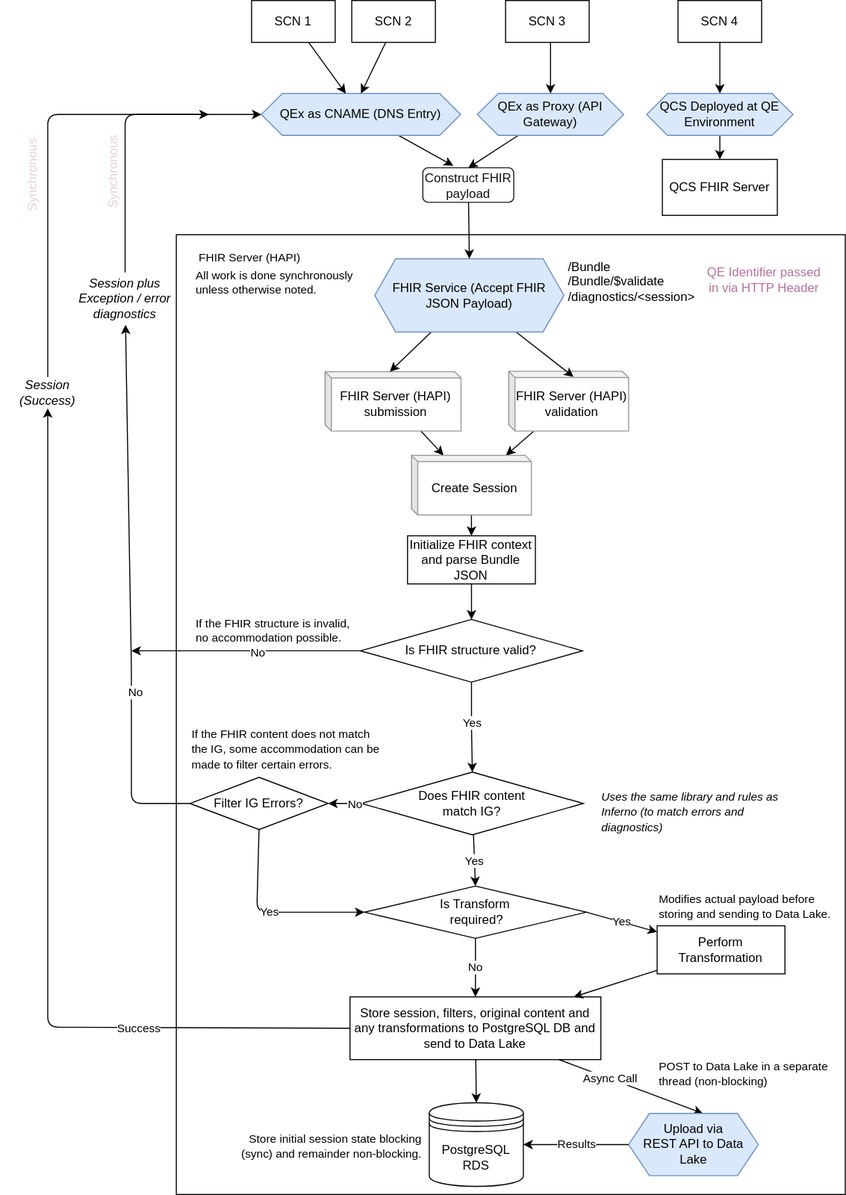
Above: support/docs/qcs-fhir-service.drawio.svg in qe-collaborative-services/1115-hub (draw.io), before the change. Source tidied: cells renumbered, new cells last; positions are measured from the earlier drawing's top-left corner, leaving out a move shared by most shapes.
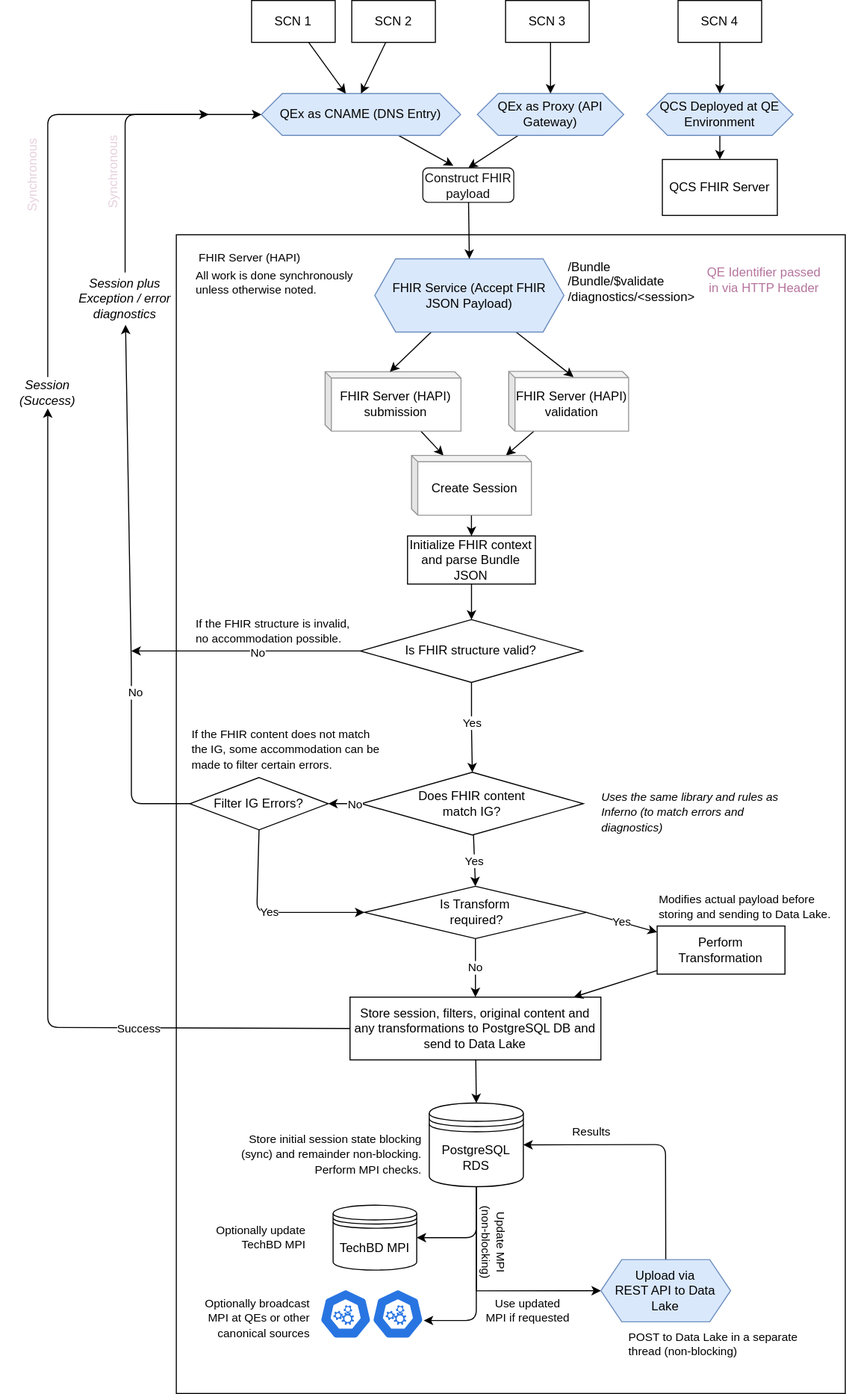
The same diagram one commit later.

Commit message:
add MPI strategy

What changed in the source:
```diff
@@ -22,7 +22,7 @@
       <mxGeometry x="420.9" y="160" width="87" height="33" as="geometry" />
     </mxCell>
     <mxCell id="7" style="html=1;whiteSpace=wrap;" parent="1" vertex="1">
-      <mxGeometry x="185" y="224" width="640" height="918" as="geometry" />
+      <mxGeometry x="185" y="224" width="640" height="1108" as="geometry" />
     </mxCell>
     <mxCell id="8" style="edgeStyle=none;html=1;fontColor=#000000;" parent="7" edge="1" source="9" target="20">
       <mxGeometry relative="1" as="geometry" />
@@ -50,12 +50,6 @@
     <mxCell id="15" style="edgeStyle=none;html=1;entryX=0.5;entryY=0;entryDx=0;entryDy=0;" parent="7" edge="1" source="18" target="21">
       <mxGeometry relative="1" as="geometry" />
     </mxCell>
-    <mxCell id="16" style="edgeStyle=none;html=1;entryX=0.572;entryY=0;entryDx=0;entryDy=0;entryPerimeter=0;" parent="7" edge="1" source="18" target="22">
-      <mxGeometry relative="1" as="geometry" />
-    </mxCell>
-    <mxCell id="17" value="Async Call" style="edgeLabel;html=1;align=center;verticalAlign=middle;" parent="16" vertex="1">
-      <mxGeometry x="-0.3" relative="1" as="geometry" />
-    </mxCell>
     <mxCell id="18" value="Store session, filters, original content and any transformations to PostgreSQL DB and send to Data Lake" style="rounded=0;whiteSpace=wrap;html=1;" parent="7" vertex="1">
       <mxGeometry x="166.2" y="729" width="240" height="60" as="geometry" />
     </mxCell>
@@ -65,12 +59,23 @@
     <mxCell id="20" value="&lt;span style=&quot;color: rgb(0, 0, 0);&quot;&gt;Create Session&lt;/span&gt;" style="shape=cube;whiteSpace=wrap;html=1;boundedLbl=1;backgroundOutline=1;darkOpacity=0.05;darkOpacity2=0.1;strokeColor=#999999;fontColor=#999999;size=6;" parent="7" vertex="1">
       <mxGeometry x="225" y="211" width="114.7" height="57.1" as="geometry" />
     </mxCell>
+    <mxCell id="74" style="edgeStyle=orthogonalEdgeStyle;rounded=1;jettySize=auto;html=1;entryX=1;entryY=0.5;entryDx=0;entryDy=0;curved=0;" parent="7" edge="1" source="21" target="76">
+      <mxGeometry relative="1" as="geometry">
+        <Array as="points">
+          <mxPoint x="287" y="959" />
+        </Array>
+      </mxGeometry>
+    </mxCell>
+    <mxCell id="75" style="edgeStyle=orthogonalEdgeStyle;rounded=0;jettySize=auto;html=1;entryX=0;entryY=0.5;entryDx=0;entryDy=0;" parent="7" edge="1" source="21" target="22">
+      <mxGeometry relative="1" as="geometry">
+        <Array as="points">
+          <mxPoint x="287" y="1010" />
+        </Array>
+      </mxGeometry>
+    </mxCell>
     <mxCell id="21" value="PostgreSQL RDS" style="shape=datastore;whiteSpace=wrap;html=1;" parent="7" vertex="1">
       <mxGeometry x="242" y="830.2" width="90" height="80" as="geometry" />
     </mxCell>
-    <mxCell id="22" value="Upload via&lt;br&gt;REST API to Data Lake" style="shape=hexagon;perimeter=hexagonPerimeter2;whiteSpace=wrap;html=1;fixedSize=1;fillColor=#dae8fc;strokeColor=#6c8ebf;" parent="7" vertex="1">
-      <mxGeometry x="432.7" y="840.5" width="124.2" height="59.5" as="geometry" />
-    </mxCell>
     <mxCell id="23" style="edgeStyle=none;html=1;entryX=0.541;entryY=0.094;entryDx=0;entryDy=0;entryPerimeter=0;" parent="7" edge="1" source="25" target="11">
       <mxGeometry relative="1" as="geometry" />
     </mxCell>
@@ -99,8 +104,12 @@
     <mxCell id="30" value="No" style="edgeLabel;html=1;align=center;verticalAlign=middle;fontColor=#000000;" parent="29" vertex="1">
       <mxGeometry x="-0.54" relative="1" as="geometry" />
     </mxCell>
-    <mxCell id="31" value="Results" style="edgeStyle=none;html=1;entryX=1;entryY=0.5;entryDx=0;entryDy=0;exitX=0;exitY=0.5;exitDx=0;exitDy=0;" parent="7" edge="1" source="22" target="21">
-      <mxGeometry relative="1" as="geometry" />
+    <mxCell id="31" value="Results" style="edgeStyle=none;html=1;entryX=1;entryY=0.5;entryDx=0;entryDy=0;exitX=0.5;exitY=0;exitDx=0;exitDy=0;" parent="7" edge="1" source="22" target="21">
+      <mxGeometry x="0.47" y="-12" relative="1" as="geometry">
+        <Array as="points">
+          <mxPoint x="468" y="870" />
+        </Array>
+      </mxGeometry>
     </mxCell>
     <mxCell id="32" value="&lt;span style=&quot;color: rgb(0, 0, 0); font-family: Helvetica; font-size: 11px; font-style: normal; font-variant-ligatures: normal; font-variant-caps: normal; font-weight: 400; letter-spacing: normal; orphans: 2; text-align: center; text-indent: 0px; text-transform: none; widows: 2; word-spacing: 0px; -webkit-text-stroke-width: 0px; white-space: nowrap; background-color: rgb(255, 255, 255); text-decoration-thickness: initial; text-decoration-style: initial; text-decoration-color: initial; display: inline !important; float: none;&quot;&gt;All work is done synchronously&lt;/span&gt;&lt;br style=&quot;forced-color-adjust: none; color: rgb(0, 0, 0); font-family: Helvetica; font-size: 11px; font-style: normal; font-variant-ligatures: normal; font-variant-caps: normal; font-weight: 400; letter-spacing: normal; orphans: 2; text-align: center; text-indent: 0px; text-transform: none; widows: 2; word-spacing: 0px; -webkit-text-stroke-width: 0px; white-space: nowrap; background-color: rgb(255, 255, 255); text-decoration-thickness: initial; text-decoration-style: initial; text-decoration-color: initial;&quot;&gt;&lt;span style=&quot;color: rgb(0, 0, 0); font-family: Helvetica; font-size: 11px; font-style: normal; font-variant-ligatures: normal; font-variant-caps: normal; font-weight: 400; letter-spacing: normal; orphans: 2; text-align: center; text-indent: 0px; text-transform: none; widows: 2; word-spacing: 0px; -webkit-text-stroke-width: 0px; white-space: nowrap; background-color: rgb(255, 255, 255); text-decoration-thickness: initial; text-decoration-style: initial; text-decoration-color: initial; display: inline !important; float: none;&quot;&gt;unless otherwise noted.&lt;/span&gt;" style="text;whiteSpace=wrap;html=1;" parent="7" vertex="1">
       <mxGeometry x="17" y="25" width="180" height="50" as="geometry" />
@@ -136,9 +145,9 @@
       <mxGeometry x="460" y="622" width="180" height="39" as="geometry" />
     </mxCell>
     <mxCell id="43" value="&lt;div style=&quot;&quot;&gt;&lt;span style=&quot;font-size: 11px; text-wrap: nowrap; background-color: rgb(255, 255, 255);&quot;&gt;POST to Data Lake in a separate&lt;/span&gt;&lt;/div&gt;&lt;div style=&quot;&quot;&gt;&lt;span style=&quot;font-size: 11px; text-wrap: nowrap; background-color: rgb(255, 255, 255);&quot;&gt;thread (non-blocking)&lt;/span&gt;&lt;/div&gt;" style="text;whiteSpace=wrap;html=1;align=left;" parent="7" vertex="1">
-      <mxGeometry x="460" y="781.5" width="180" height="39" as="geometry" />
+      <mxGeometry x="431.1" y="1039.5" width="180" height="39" as="geometry" />
     </mxCell>
-    <mxCell id="44" value="&lt;div style=&quot;&quot;&gt;&lt;span style=&quot;font-size: 11px; text-wrap: nowrap; background-color: rgb(255, 255, 255);&quot;&gt;Store initial session state blocking&lt;/span&gt;&lt;/div&gt;&lt;div style=&quot;&quot;&gt;&lt;span style=&quot;font-size: 11px; text-wrap: nowrap; background-color: rgb(255, 255, 255);&quot;&gt;(sync) and remainder non-blocking.&lt;/span&gt;&lt;/div&gt;" style="text;whiteSpace=wrap;html=1;align=right;" parent="7" vertex="1">
+    <mxCell id="44" value="&lt;div style=&quot;&quot;&gt;&lt;span style=&quot;font-size: 11px; text-wrap: nowrap; background-color: rgb(255, 255, 255);&quot;&gt;Store initial session state blocking&lt;/span&gt;&lt;/div&gt;&lt;div style=&quot;&quot;&gt;&lt;span style=&quot;font-size: 11px; text-wrap: nowrap; background-color: rgb(255, 255, 255);&quot;&gt;(sync) and remainder non-blocking.&lt;/span&gt;&lt;/div&gt;&lt;div style=&quot;&quot;&gt;&lt;span style=&quot;background-color: rgb(255, 255, 255); font-size: 11px; text-wrap: nowrap;&quot;&gt;Perform MPI checks.&lt;/span&gt;&lt;br&gt;&lt;/div&gt;" style="text;whiteSpace=wrap;html=1;align=right;" parent="7" vertex="1">
       <mxGeometry x="57" y="850.8" width="180" height="39" as="geometry" />
     </mxCell>
     <mxCell id="45" style="edgeStyle=orthogonalEdgeStyle;rounded=0;jettySize=auto;html=1;" parent="7" edge="1" source="49" target="12">
@@ -164,6 +173,37 @@
     <mxCell id="51" value="QE Identifier passed&lt;div&gt;in via HTTP Header&lt;/div&gt;" style="text;html=1;align=center;verticalAlign=middle;strokeColor=none;fillColor=none;fontColor=#B5739D;" parent="7" vertex="1">
       <mxGeometry x="497" y="23" width="130" height="40" as="geometry" />
     </mxCell>
+    <mxCell id="76" value="TechBD MPI" style="shape=datastore;whiteSpace=wrap;html=1;" parent="7" vertex="1">
+      <mxGeometry x="150" y="928" width="80" height="62" as="geometry" />
+    </mxCell>
+    <mxCell id="77" style="sketch=0;html=1;dashed=0;whitespace=wrap;fillColor=#2875E2;strokeColor=#ffffff;shape=mxgraph.kubernetes.icon2;prIcon=api;" parent="7" vertex="1">
+      <mxGeometry x="137" y="1008" width="50" height="48" as="geometry" />
+    </mxCell>
+    <mxCell id="78" style="sketch=0;html=1;dashed=0;whitespace=wrap;fillColor=#2875E2;strokeColor=#ffffff;points=[[0.005,0.63,0],[0.1,0.2,0],[0.9,0.2,0],[0.5,0,0],[0.995,0.63,0],[0.72,0.99,0],[0.5,1,0],[0.28,0.99,0]];shape=mxgraph.kubernetes.icon2;prIcon=api;" parent="7" vertex="1">
+      <mxGeometry x="187" y="1008" width="50" height="48" as="geometry" />
+    </mxCell>
+    <mxCell id="79" value="&lt;div style=&quot;&quot;&gt;&lt;span style=&quot;font-size: 11px; text-wrap: nowrap; background-color: rgb(255, 255, 255);&quot;&gt;Update MPI&lt;br&gt;(non-blocking)&lt;/span&gt;&lt;/div&gt;" style="text;whiteSpace=wrap;html=1;align=center;rotation=90;" parent="7" vertex="1">
+      <mxGeometry x="272.3" y="948" width="73" height="32" as="geometry" />
+    </mxCell>
+    <mxCell id="80" style="edgeStyle=orthogonalEdgeStyle;rounded=1;jettySize=auto;html=1;entryX=0.995;entryY=0.63;entryDx=0;entryDy=0;entryPerimeter=0;curved=0;" parent="7" edge="1" source="21" target="78">
+      <mxGeometry relative="1" as="geometry">
+        <Array as="points">
+          <mxPoint x="287" y="1038" />
+        </Array>
+      </mxGeometry>
+    </mxCell>
+    <mxCell id="81" value="&lt;div style=&quot;&quot;&gt;&lt;span style=&quot;font-size: 11px; text-wrap: nowrap; background-color: rgb(255, 255, 255);&quot;&gt;Optionally update&lt;br&gt;TechBD MPI&lt;/span&gt;&lt;/div&gt;" style="text;whiteSpace=wrap;html=1;align=right;" parent="7" vertex="1">
+      <mxGeometry x="13" y="938" width="113" height="42" as="geometry" />
+    </mxCell>
+    <mxCell id="82" value="&lt;div style=&quot;&quot;&gt;&lt;span style=&quot;font-size: 11px; text-wrap: nowrap; background-color: rgb(255, 255, 255);&quot;&gt;Optionally broadcast&lt;br&gt;MPI at QEs or other&lt;/span&gt;&lt;/div&gt;&lt;div style=&quot;&quot;&gt;&lt;span style=&quot;font-size: 11px; text-wrap: nowrap; background-color: rgb(255, 255, 255);&quot;&gt;canonical sources&lt;/span&gt;&lt;/div&gt;" style="text;whiteSpace=wrap;html=1;align=right;" parent="7" vertex="1">
+      <mxGeometry x="17" y="1008" width="113" height="42" as="geometry" />
+    </mxCell>
+    <mxCell id="22" value="Upload via&lt;br&gt;REST API to Data Lake" style="shape=hexagon;perimeter=hexagonPerimeter2;whiteSpace=wrap;html=1;fixedSize=1;fillColor=#dae8fc;strokeColor=#6c8ebf;" parent="7" vertex="1">
+      <mxGeometry x="406.2" y="980" width="124.2" height="59.5" as="geometry" />
+    </mxCell>
+    <mxCell id="83" value="&lt;div style=&quot;&quot;&gt;&lt;span style=&quot;font-size: 11px; text-wrap: nowrap; background-color: rgb(255, 255, 255);&quot;&gt;Use updated&lt;br&gt;MPI if requested&lt;/span&gt;&lt;/div&gt;" style="text;whiteSpace=wrap;html=1;align=center;rotation=0;" parent="7" vertex="1">
+      <mxGeometry x="299.8" y="1008" width="73" height="32" as="geometry" />
+    </mxCell>
     <mxCell id="52" style="edgeStyle=none;html=1;fontColor=#000000;exitX=0;exitY=0.5;exitDx=0;exitDy=0;" parent="1" edge="1" source="27" target="5">
       <mxGeometry relative="1" as="geometry">
         <Array as="points">
```
